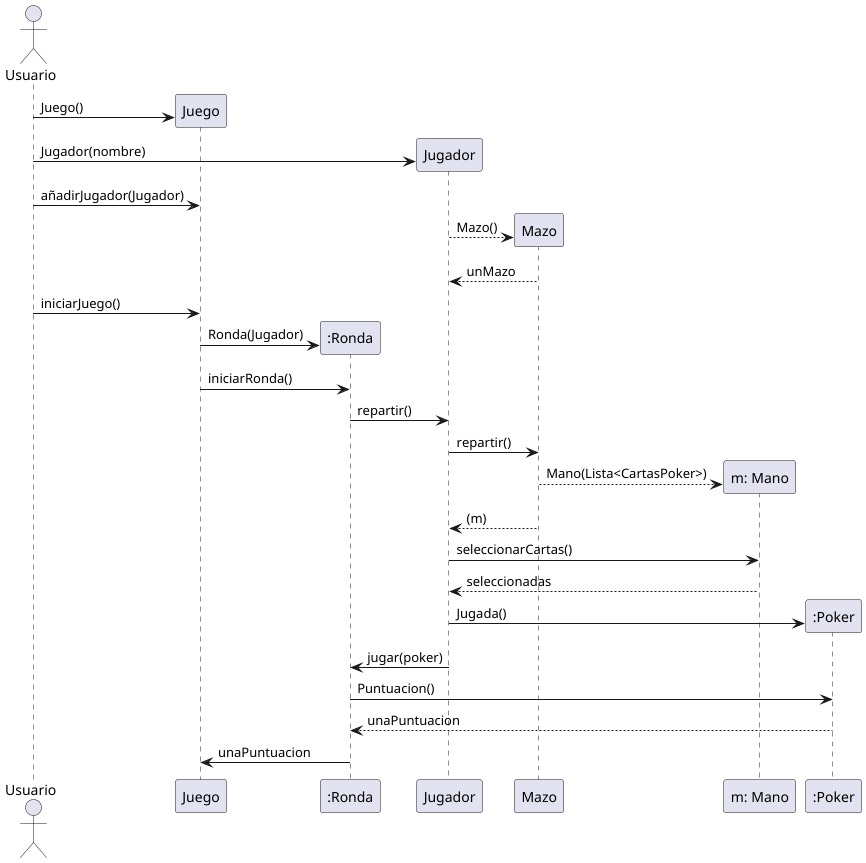
Before: diagrams/sequences/Se pide a una mano de póquer que se evalúe y se le asigne puntaje a un jugador.png, a diagram exported from PlantUML (carruizdiaz1109/UBAlatro). Source of this version:
```plantuml
@startuml

actor Usuario as user
participant "Juego" as juego
participant ":Ronda" as ronda
participant "Jugador" as jugador
participant "Mazo" as mazo
participant "m: Mano" as mano

user -> juego**: Juego()
user -> jugador**: Jugador(nombre)
user -> juego: añadirJugador(Jugador)

jugador --> mazo **: Mazo()
mazo --> jugador: unMazo
user -> juego: iniciarJuego()

juego -> ronda**: Ronda(Jugador)
juego -> ronda: iniciarRonda()
ronda -> jugador: repartir()
jugador -> mazo: repartir()
mazo --> mano**: Mano(Lista<CartasPoker>)
mazo --> jugador:(m)

jugador -> mano: seleccionarCartas()
mano --> jugador: seleccionadas
jugador -> ":Poker" as jugada**: Jugada()
jugador -> ronda: jugar(poker)

ronda -> jugada: Puntuacion()
jugada --> ronda: unaPuntuacion

ronda -> juego: unaPuntuacion
@enduml
```
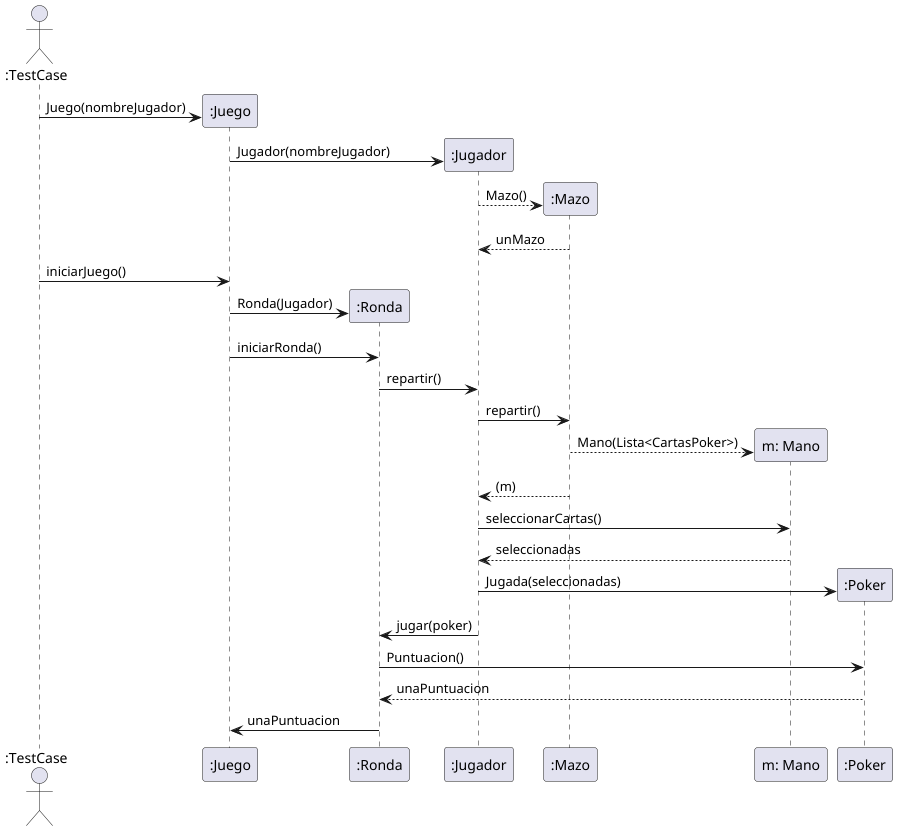
Above is the later version.

Commit message:
Mob Programming. Diagramas de secuencia: test02, test03, test04 pertenecientes a la entrega1

What changed in the source:
```diff
@@ -1,16 +1,14 @@
 @startuml
 
-actor Usuario as user
-participant "Juego" as juego
+actor ":TestCase" as user
+participant ":Juego" as juego
 participant ":Ronda" as ronda
-participant "Jugador" as jugador
-participant "Mazo" as mazo
+participant ":Jugador" as jugador
+participant ":Mazo" as mazo
 participant "m: Mano" as mano
 
-user -> juego**: Juego()
-user -> jugador**: Jugador(nombre)
-user -> juego: añadirJugador(Jugador)
-
+user -> juego**: Juego(nombreJugador)
+juego -> jugador**: Jugador(nombreJugador)
 jugador --> mazo **: Mazo()
 mazo --> jugador: unMazo
 user -> juego: iniciarJuego()
@@ -24,7 +22,7 @@
 
 jugador -> mano: seleccionarCartas()
 mano --> jugador: seleccionadas
-jugador -> ":Poker" as jugada**: Jugada()
+jugador -> ":Poker" as jugada**: Jugada(seleccionadas)
 jugador -> ronda: jugar(poker)
 
 ronda -> jugada: Puntuacion()
```
